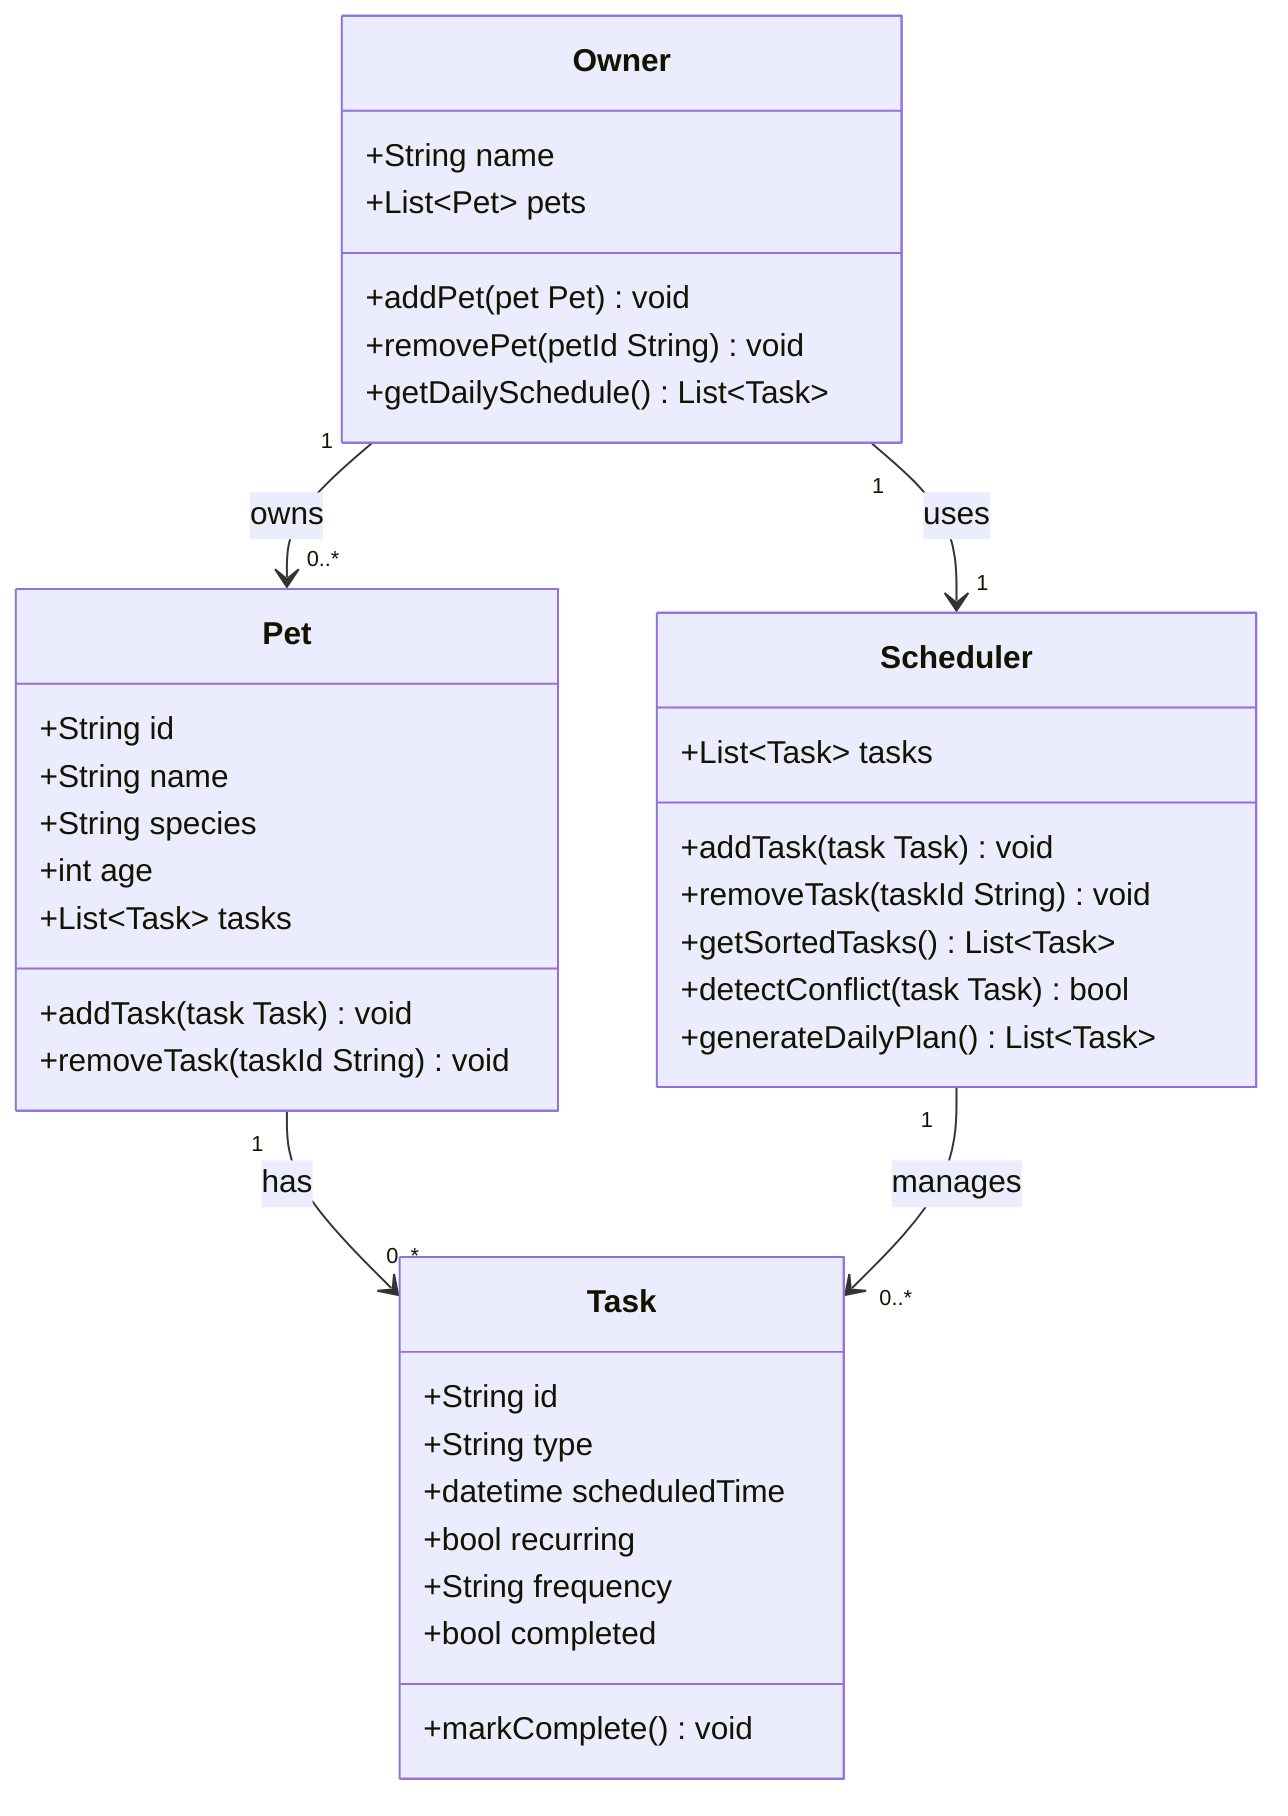
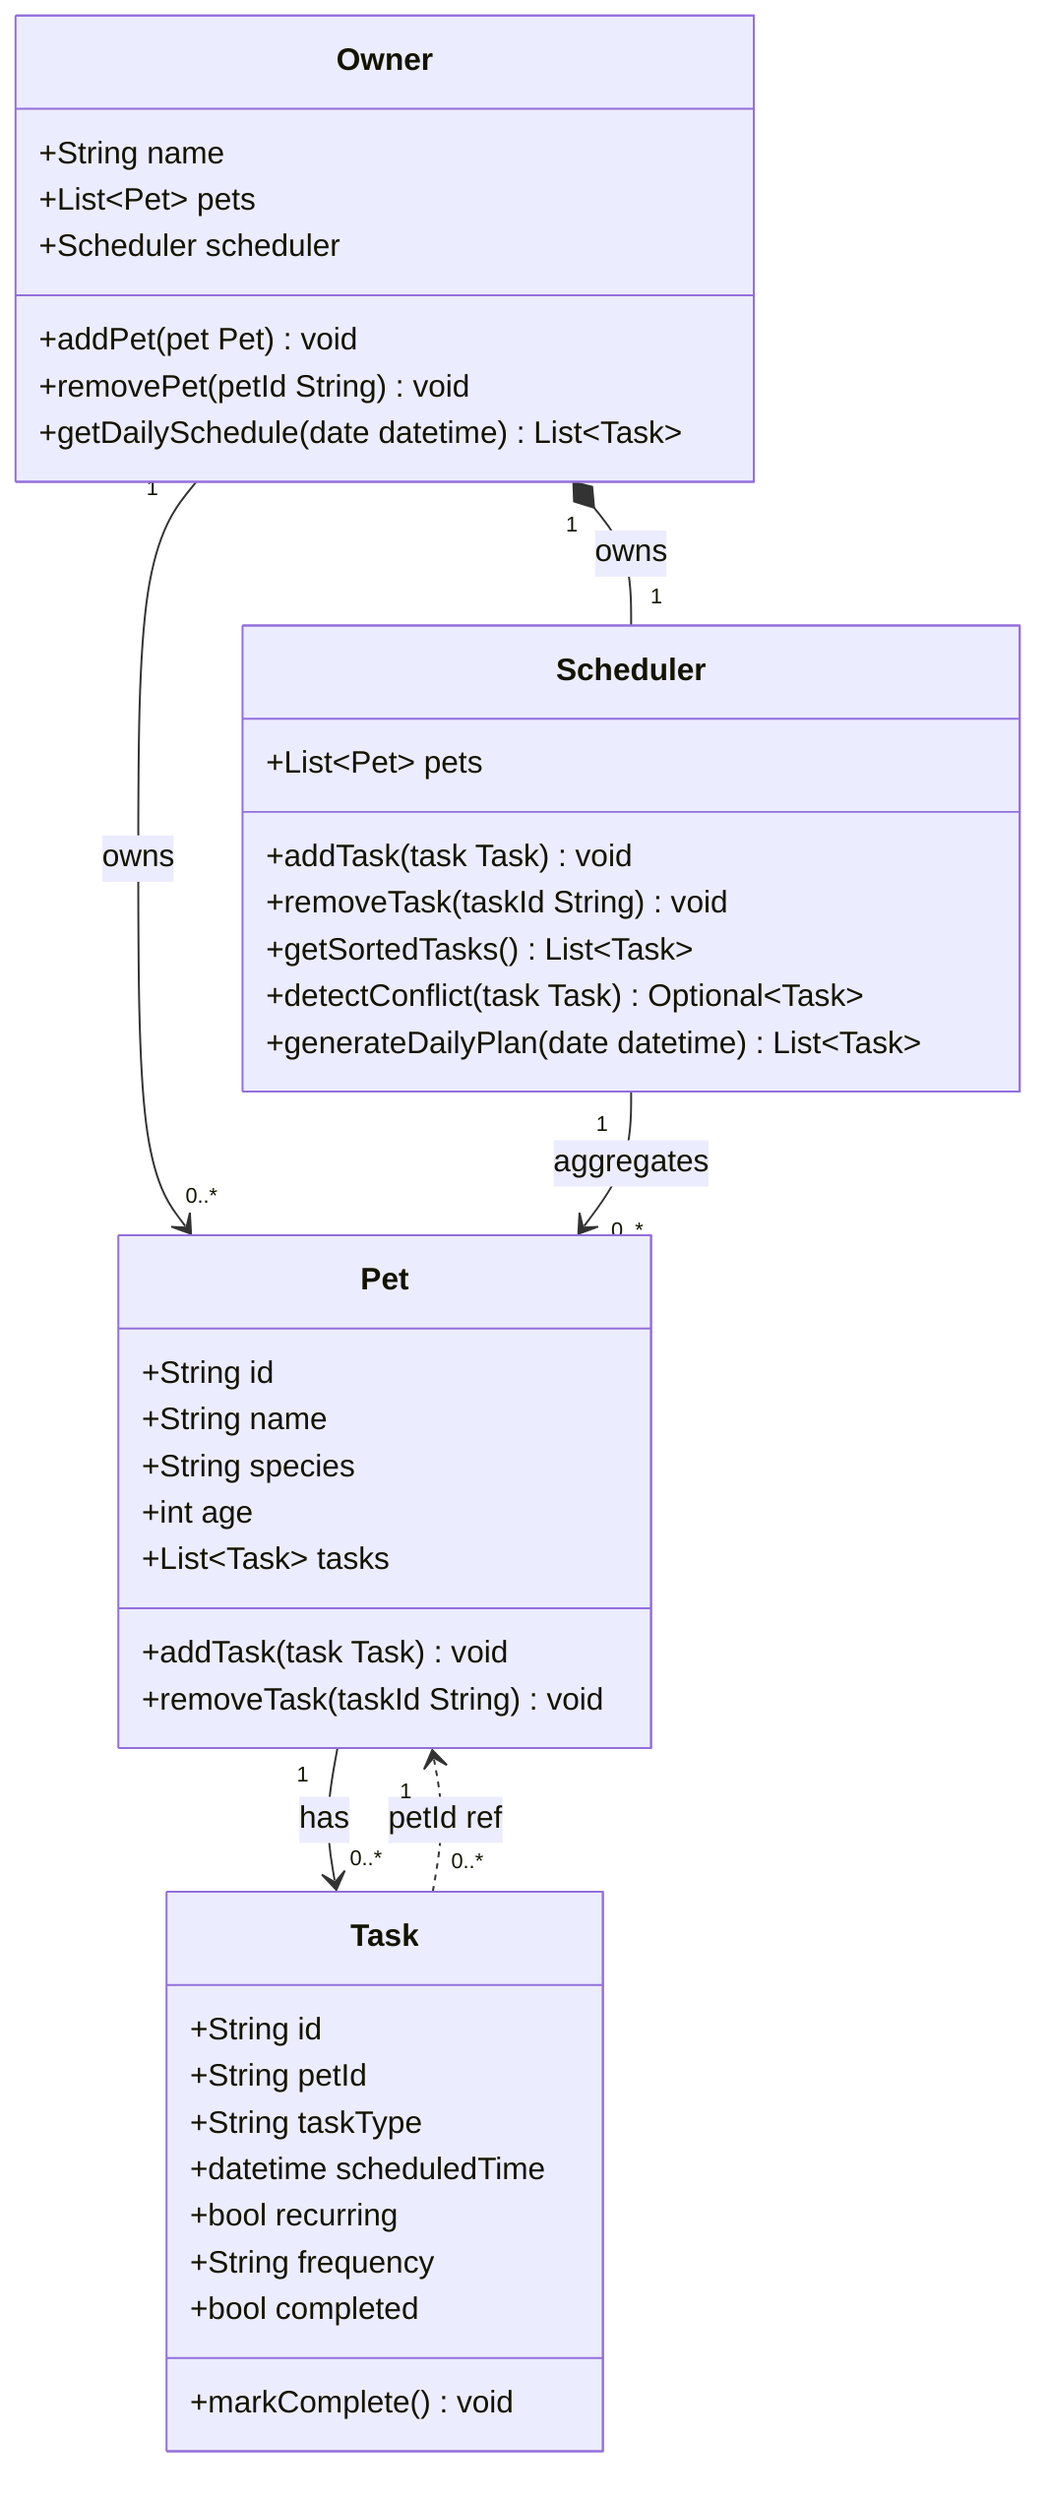
classDiagram
    class Owner {
        +String name
        +List~Pet~ pets
+         +Scheduler scheduler
        +addPet(pet Pet) void
        +removePet(petId String) void
-         +getDailySchedule() List~Task~
+         +getDailySchedule(date datetime) List~Task~
    }

    class Pet {
        +String id
        +String name
        +String species
        +int age
        +List~Task~ tasks
        +addTask(task Task) void
        +removeTask(taskId String) void
    }

    class Scheduler {
-         +List~Task~ tasks
+         +List~Pet~ pets
        +addTask(task Task) void
        +removeTask(taskId String) void
        +getSortedTasks() List~Task~
-         +detectConflict(task Task) bool
-         +generateDailyPlan() List~Task~
+         +detectConflict(task Task) Optional~Task~
+         +generateDailyPlan(date datetime) List~Task~
    }

    class Task {
        +String id
-         +String type
+         +String petId
+         +String taskType
        +datetime scheduledTime
        +bool recurring
        +String frequency
        +bool completed
        +markComplete() void
    }

+     Owner "1" *-- "1" Scheduler : owns
    Owner "1" --> "0..*" Pet : owns
-     Owner "1" --> "1" Scheduler : uses
+     Scheduler "1" --> "0..*" Pet : aggregates
    Pet "1" --> "0..*" Task : has
-     Scheduler "1" --> "0..*" Task : manages
+     Task "0..*" ..> "1" Pet : petId ref
